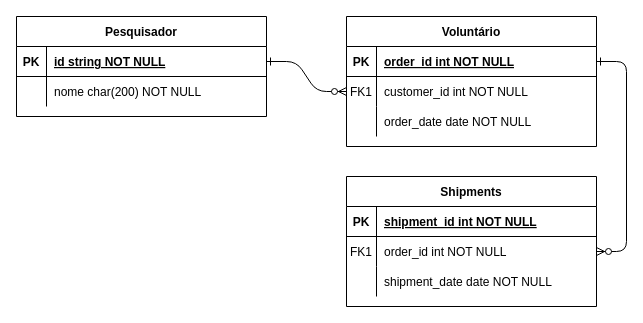
ferdsdiniz/PFC keeps this draw.io diagram as Diagrama sem nome.drawio. Above is the earlier version. Source tidied: cells renumbered, new cells numbered last; positions are measured from the earlier drawing's top-left corner, leaving out a move shared by most shapes. Both pictures are drawn from the tidied source at 100%, with x=0, y=0 at pixel (16, 16).
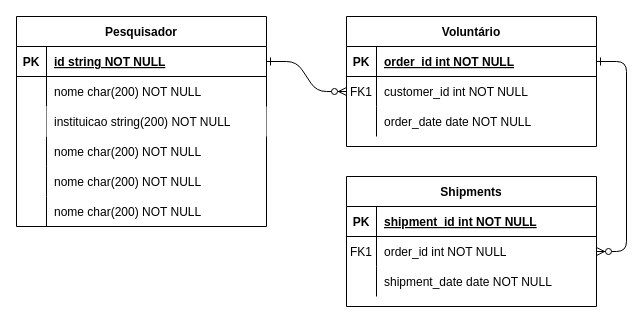
After the change.

Diff of the diagram source:
```diff
@@
     <mxCell id="24" value="Pesquisador" style="shape=table;startSize=30;childLayout=tableLayout;rowLines=0;fontStyle=1;align=center;" parent="1" vertex="1">
-      <mxGeometry width="250" height="100" as="geometry" />
+      <mxGeometry width="250" height="210" as="geometry" />
     </mxCell>
@@
+    <mxCell id="31" style="shape=partialRectangle;fillColor=none;top=0;left=0;right=0;bottom=0;" parent="24" vertex="1">
+      <mxGeometry y="90" width="250" height="30" as="geometry" />
+    </mxCell>
+    <mxCell id="32" style="shape=partialRectangle;overflow=hidden;fillColor=none;top=0;left=0;bottom=0;right=0;" parent="31" vertex="1">
+      <mxGeometry width="30" height="30" as="geometry" />
+    </mxCell>
+    <mxCell id="33" value="instituicao string(200) NOT NULL" style="shape=partialRectangle;overflow=hidden;top=0;left=0;bottom=0;right=0;align=left;spacingLeft=6;" parent="31" vertex="1">
+      <mxGeometry x="30" width="220" height="30" as="geometry" />
+    </mxCell>
+    <mxCell id="34" style="shape=partialRectangle;fillColor=none;top=0;left=0;right=0;bottom=0;" parent="24" vertex="1">
+      <mxGeometry y="120" width="250" height="30" as="geometry" />
+    </mxCell>
+    <mxCell id="35" style="shape=partialRectangle;overflow=hidden;fillColor=none;top=0;left=0;bottom=0;right=0;" parent="34" vertex="1">
+      <mxGeometry width="30" height="30" as="geometry" />
+    </mxCell>
+    <mxCell id="36" value="nome char(200) NOT NULL" style="shape=partialRectangle;overflow=hidden;fillColor=none;top=0;left=0;bottom=0;right=0;align=left;spacingLeft=6;" parent="34" vertex="1">
+      <mxGeometry x="30" width="220" height="30" as="geometry" />
+    </mxCell>
+    <mxCell id="37" style="shape=partialRectangle;fillColor=none;top=0;left=0;right=0;bottom=0;" parent="24" vertex="1">
+      <mxGeometry y="150" width="250" height="30" as="geometry" />
+    </mxCell>
+    <mxCell id="38" style="shape=partialRectangle;overflow=hidden;fillColor=none;top=0;left=0;bottom=0;right=0;" parent="37" vertex="1">
+      <mxGeometry width="30" height="30" as="geometry" />
+    </mxCell>
+    <mxCell id="39" value="nome char(200) NOT NULL" style="shape=partialRectangle;overflow=hidden;fillColor=none;top=0;left=0;bottom=0;right=0;align=left;spacingLeft=6;" parent="37" vertex="1">
+      <mxGeometry x="30" width="220" height="30" as="geometry" />
+    </mxCell>
+    <mxCell id="40" style="shape=partialRectangle;fillColor=none;top=0;left=0;right=0;bottom=0;" parent="24" vertex="1">
+      <mxGeometry y="180" width="250" height="30" as="geometry" />
+    </mxCell>
+    <mxCell id="41" style="shape=partialRectangle;overflow=hidden;fillColor=none;top=0;left=0;bottom=0;right=0;" parent="40" vertex="1">
+      <mxGeometry width="30" height="30" as="geometry" />
+    </mxCell>
+    <mxCell id="42" value="nome char(200) NOT NULL" style="shape=partialRectangle;overflow=hidden;fillColor=none;top=0;left=0;bottom=0;right=0;align=left;spacingLeft=6;" parent="40" vertex="1">
+      <mxGeometry x="30" width="220" height="30" as="geometry" />
+    </mxCell>
```
